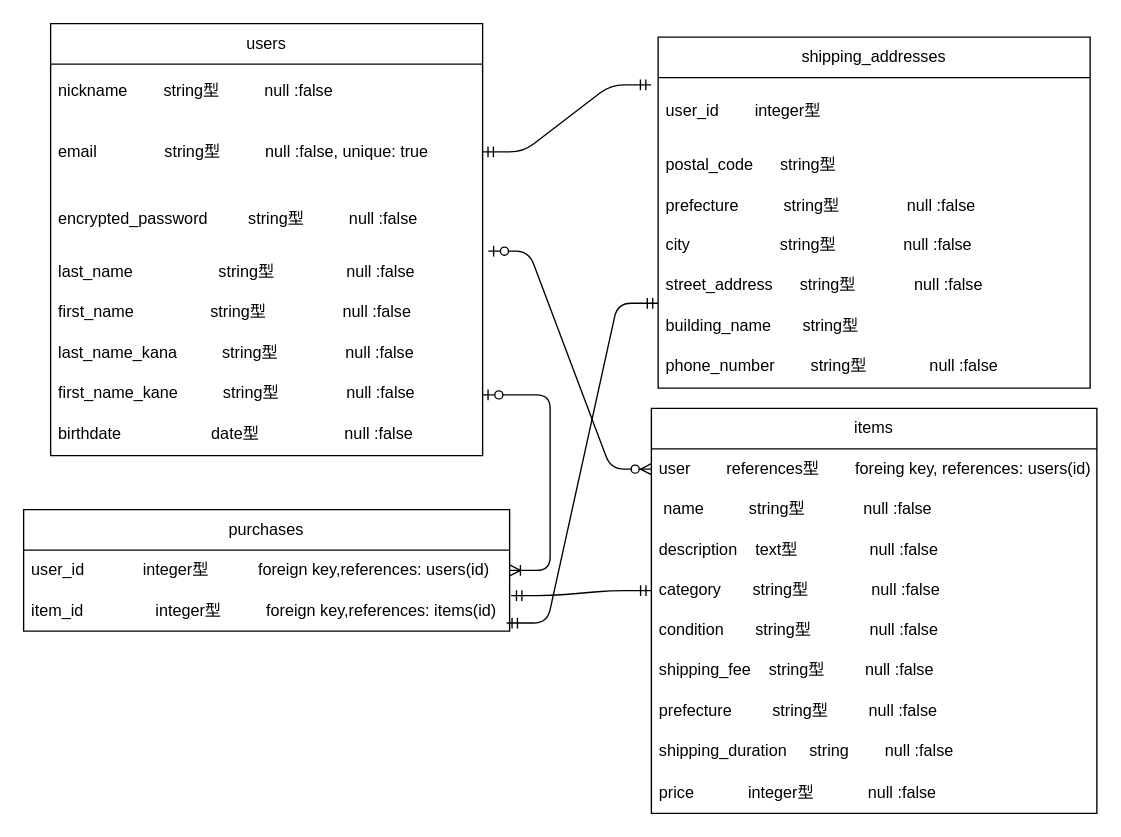
Earlier version of the draw.io diagram page "ページ1" (1 of 2) of ed_zu.dio (aisu0392/furima-39899). Source tidied: cells renumbered, new cells numbered last; positions are measured from the earlier drawing's top-left corner, leaving out a move shared by most shapes. Both pictures are drawn from the tidied source at 135%, with x=0, y=0 at pixel (23, 23).
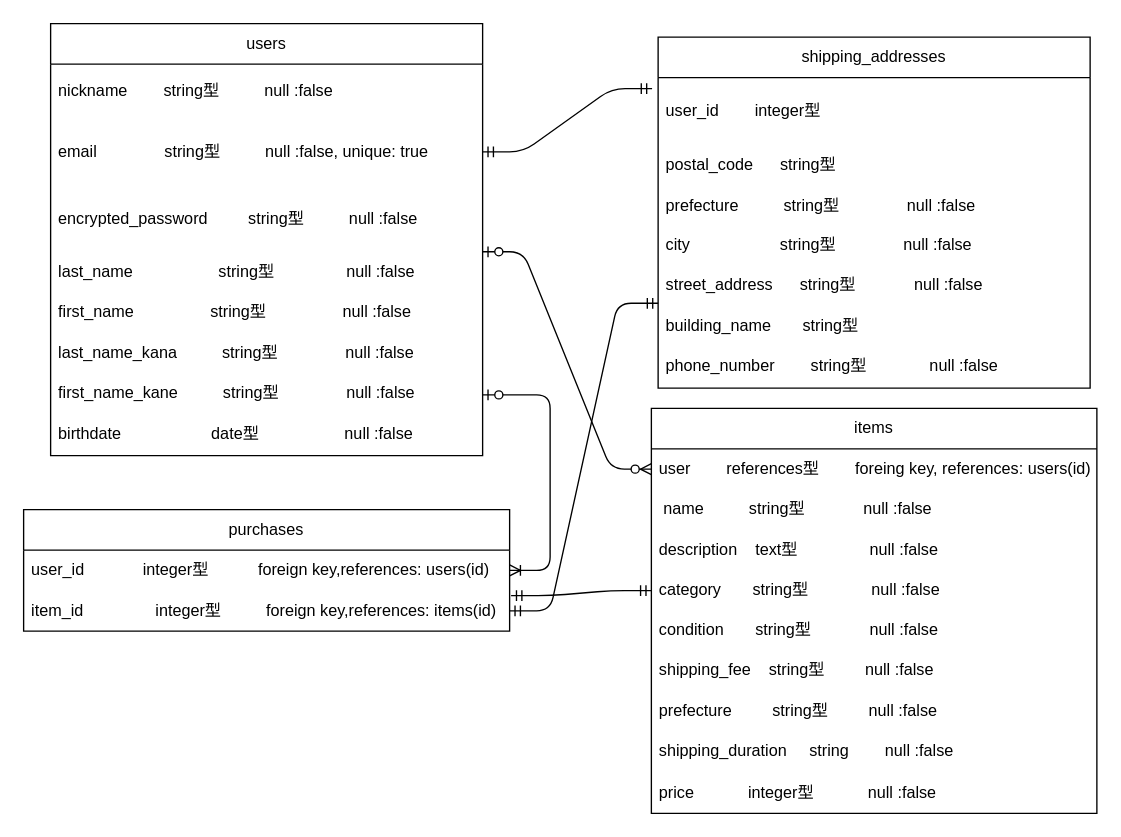
The same diagram, later.

The change refers to these unchanged cells:
```xml
<mxCell id="4" value="email&amp;nbsp; &amp;nbsp; &amp;nbsp; &amp;nbsp; &amp;nbsp; &amp;nbsp; &amp;nbsp; &amp;nbsp;string型&amp;nbsp; &amp;nbsp; &amp;nbsp; &amp;nbsp; &amp;nbsp; null :false, unique: true" style="text;strokeColor=none;fillColor=none;align=left;verticalAlign=middle;spacingLeft=4;spacingRight=4;overflow=hidden;points=[[0,0.5],[1,0.5]];portConstraint=eastwest;whiteSpace=wrap;html=1;" parent="2" vertex="1">
  <mxGeometry y="70" width="320" height="50" as="geometry" />
</mxCell>
<mxCell id="6" value="last_name                   string型                null :false" style="text;strokeColor=none;fillColor=none;spacingLeft=4;spacingRight=4;overflow=hidden;points=[[0,0.5],[1,0.5]];portConstraint=eastwest;fontSize=12;" parent="2" vertex="1">
  <mxGeometry y="170" width="320" height="30" as="geometry" />
</mxCell>
<mxCell id="12" value="user&amp;nbsp; &amp;nbsp; &amp;nbsp; &amp;nbsp; references型&amp;nbsp; &amp;nbsp; &amp;nbsp; &amp;nbsp; foreing key, references: users(id)" style="text;strokeColor=none;fillColor=none;align=left;verticalAlign=middle;spacingLeft=4;spacingRight=4;overflow=hidden;points=[[0,0.5],[1,0.5]];portConstraint=eastwest;whiteSpace=wrap;html=1;" parent="11" vertex="1">
  <mxGeometry y="30" width="330" height="30" as="geometry" />
</mxCell>
<mxCell id="23" value="item_id&amp;nbsp; &amp;nbsp; &amp;nbsp; &amp;nbsp; &amp;nbsp; &amp;nbsp; &amp;nbsp; &amp;nbsp; integer型&amp;nbsp; &amp;nbsp; &amp;nbsp; &amp;nbsp; &amp;nbsp; foreign key,references: items(id)" style="text;strokeColor=none;fillColor=none;align=left;verticalAlign=middle;spacingLeft=4;spacingRight=4;overflow=hidden;points=[[0,0.5],[1,0.5]];portConstraint=eastwest;whiteSpace=wrap;html=1;" parent="21" vertex="1">
  <mxGeometry y="60" width="360" height="30" as="geometry" />
</mxCell>
<mxCell id="25" value="user_id&amp;nbsp; &amp;nbsp; &amp;nbsp; &amp;nbsp; integer型&amp;nbsp; &amp;nbsp;&amp;nbsp;" style="text;strokeColor=none;fillColor=none;align=left;verticalAlign=middle;spacingLeft=4;spacingRight=4;overflow=hidden;points=[[0,0.5],[1,0.5]];portConstraint=eastwest;whiteSpace=wrap;html=1;" parent="24" vertex="1">
  <mxGeometry y="30" width="320" height="50" as="geometry" />
</mxCell>
<mxCell id="30" value="building_name       string型        " style="text;strokeColor=none;fillColor=none;spacingLeft=4;spacingRight=4;overflow=hidden;points=[[0,0.5],[1,0.5]];portConstraint=eastwest;fontSize=12;" parent="24" vertex="1">
  <mxGeometry y="200" width="320" height="30" as="geometry" />
</mxCell>
```

What changed in the source:
```diff
@@
-    <mxCell id="32" style="edgeStyle=entityRelationEdgeStyle;fontSize=12;html=1;endArrow=ERzeroToMany;startArrow=ERzeroToOne;entryX=0;entryY=0.5;entryDx=0;entryDy=0;exitX=1.013;exitY=-0.048;exitDx=0;exitDy=0;exitPerimeter=0;" parent="1" edge="1" source="6" target="12">
-      <mxGeometry relative="1" as="geometry" />
+    <mxCell id="32" style="edgeStyle=entityRelationEdgeStyle;fontSize=12;html=1;endArrow=ERzeroToMany;startArrow=ERzeroToOne;entryX=0;entryY=0.5;entryDx=0;entryDy=0;" parent="1" edge="1" target="12">
+      <mxGeometry relative="1" as="geometry">
+        <mxPoint x="340" y="169" as="sourcePoint" />
+      </mxGeometry>
     </mxCell>
@@
-    <mxCell id="34" style="edgeStyle=entityRelationEdgeStyle;fontSize=12;html=1;endArrow=ERmandOne;startArrow=ERmandOne;exitX=1;exitY=0.5;exitDx=0;exitDy=0;entryX=-0.016;entryY=0.107;entryDx=0;entryDy=0;entryPerimeter=0;" parent="1" edge="1" source="4" target="25">
+    <mxCell id="34" style="edgeStyle=entityRelationEdgeStyle;fontSize=12;html=1;endArrow=ERmandOne;startArrow=ERmandOne;exitX=1;exitY=0.5;exitDx=0;exitDy=0;entryX=-0.014;entryY=0.164;entryDx=0;entryDy=0;entryPerimeter=0;" parent="1" edge="1" source="4" target="25">
       <mxGeometry relative="1" as="geometry" />
     </mxCell>
@@
-    <mxCell id="36" style="edgeStyle=entityRelationEdgeStyle;fontSize=12;html=1;endArrow=ERmandOne;startArrow=ERmandOne;entryX=0;entryY=-0.095;entryDx=0;entryDy=0;entryPerimeter=0;exitX=0.994;exitY=-0.2;exitDx=0;exitDy=0;exitPerimeter=0;" parent="1" edge="1" target="30">
-      <mxGeometry relative="1" as="geometry">
-        <mxPoint x="357.8" y="444" as="sourcePoint" />
-      </mxGeometry>
+    <mxCell id="36" style="edgeStyle=entityRelationEdgeStyle;fontSize=12;html=1;endArrow=ERmandOne;startArrow=ERmandOne;entryX=0;entryY=-0.095;entryDx=0;entryDy=0;entryPerimeter=0;exitX=1;exitY=0.5;exitDx=0;exitDy=0;" parent="1" edge="1" source="23" target="30">
+      <mxGeometry relative="1" as="geometry" />
     </mxCell>
```
